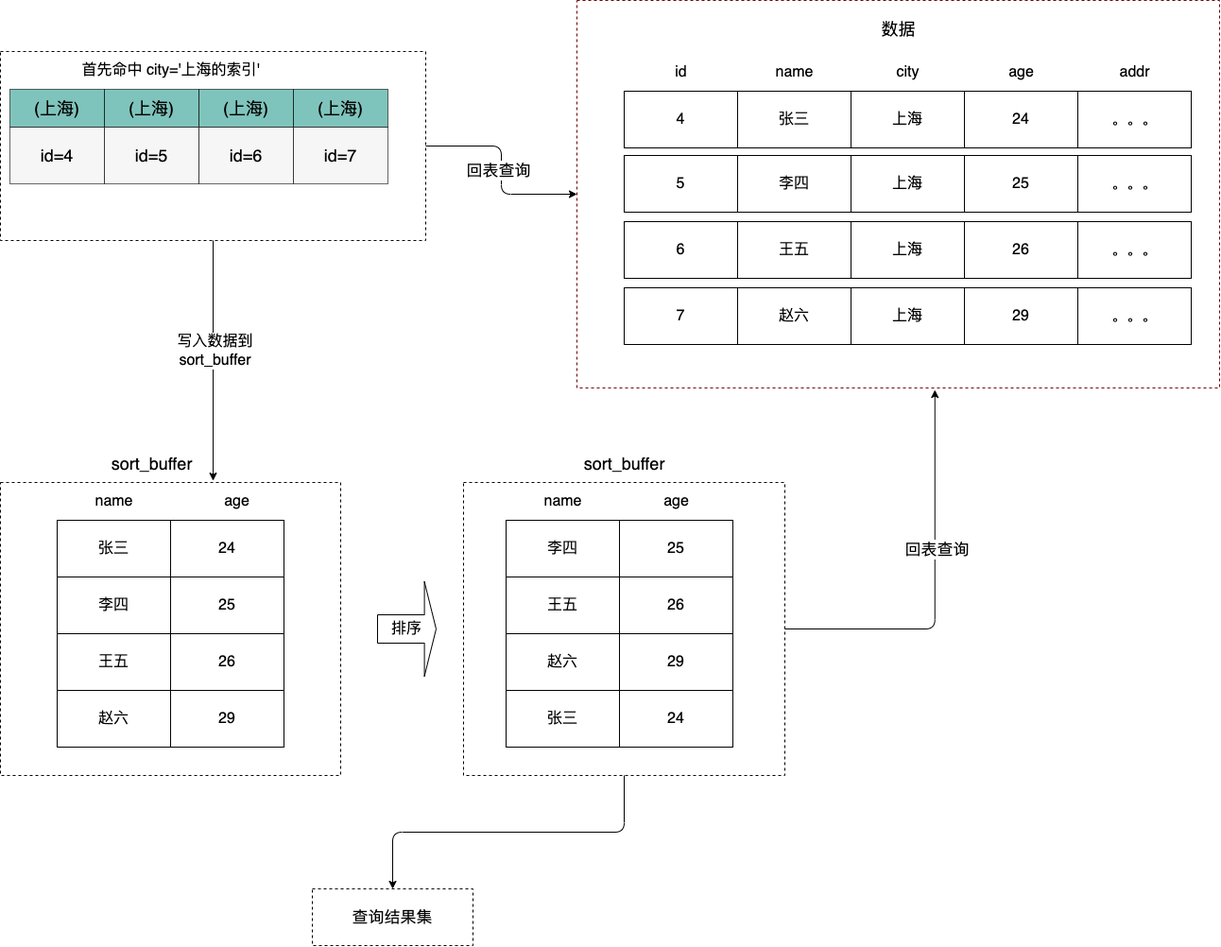
This is img/mysql/mysql-order-by-rowid.png from boilingfrog/Go-POINT, a draw.io export, as it was before one commit. Source tidied: cells renumbered, new cells last; positions are measured from the earlier drawing's top-left corner, leaving out a move shared by most shapes. Source of this version:
```xml
<mxGraphModel>
  <root>
    <mxCell id="0" />
    <mxCell id="1" parent="0" />
    <mxCell id="2" style="rounded=0;whiteSpace=wrap;html=1;fillColor=none;dashed=1;strokeColor=#6F0000;" parent="1" vertex="1">
      <mxGeometry x="610" width="680" height="410" as="geometry" />
    </mxCell>
    <mxCell id="3" style="edgeStyle=orthogonalEdgeStyle;html=1;entryX=0;entryY=0.5;entryDx=0;entryDy=0;" parent="1" edge="1" source="5" target="2">
      <mxGeometry relative="1" as="geometry" />
    </mxCell>
    <mxCell id="4" value="&lt;font style=&quot;font-size: 17px&quot;&gt;回表查询&lt;/font&gt;" style="edgeLabel;html=1;align=center;verticalAlign=middle;" parent="3" vertex="1">
      <mxGeometry y="-4" relative="1" as="geometry" />
    </mxCell>
    <mxCell id="5" style="rounded=0;whiteSpace=wrap;html=1;fillColor=none;dashed=1;" parent="1" vertex="1">
      <mxGeometry y="54" width="450" height="200" as="geometry" />
    </mxCell>
    <mxCell id="6" style="edgeStyle=orthogonalEdgeStyle;html=1;entryX=0.557;entryY=1.005;entryDx=0;entryDy=0;entryPerimeter=0;fontSize=17;" parent="1" edge="1" source="9" target="2">
      <mxGeometry relative="1" as="geometry">
        <Array as="points">
          <mxPoint x="989" y="665" />
        </Array>
      </mxGeometry>
    </mxCell>
    <mxCell id="7" value="回表查询" style="edgeLabel;html=1;align=center;verticalAlign=middle;fontSize=17;" parent="6" vertex="1">
      <mxGeometry x="-0.31" y="2" relative="1" as="geometry">
        <mxPoint x="18" y="-83" as="offset" />
      </mxGeometry>
    </mxCell>
    <mxCell id="8" style="edgeStyle=orthogonalEdgeStyle;html=1;fontSize=17;entryX=0.5;entryY=0;entryDx=0;entryDy=0;" parent="1" edge="1" source="9" target="71">
      <mxGeometry relative="1" as="geometry" />
    </mxCell>
    <mxCell id="9" style="rounded=0;whiteSpace=wrap;html=1;fillColor=none;dashed=1;" parent="1" vertex="1">
      <mxGeometry x="490" y="510" width="340" height="310" as="geometry" />
    </mxCell>
    <mxCell id="10" style="rounded=0;whiteSpace=wrap;html=1;fillColor=none;dashed=1;" parent="1" vertex="1">
      <mxGeometry y="510" width="360" height="310" as="geometry" />
    </mxCell>
    <mxCell id="11" value="(上海)" style="rounded=0;whiteSpace=wrap;html=1;fontSize=18;fillColor=#2A9D8F;opacity=60;" parent="1" vertex="1">
      <mxGeometry x="10" y="94" width="100" height="40" as="geometry" />
    </mxCell>
    <mxCell id="12" value="(上海)" style="rounded=0;whiteSpace=wrap;html=1;fontSize=18;fillColor=#2A9D8F;opacity=60;" parent="1" vertex="1">
      <mxGeometry x="110" y="94" width="100" height="40" as="geometry" />
    </mxCell>
    <mxCell id="13" value="(上海)" style="rounded=0;whiteSpace=wrap;html=1;fontSize=18;fillColor=#2A9D8F;opacity=60;" parent="1" vertex="1">
      <mxGeometry x="210" y="94" width="100" height="40" as="geometry" />
    </mxCell>
    <mxCell id="14" value="id=4" style="rounded=0;whiteSpace=wrap;html=1;fontSize=18;fillColor=#F0F0F0;opacity=60;" parent="1" vertex="1">
      <mxGeometry x="10" y="134" width="100" height="60" as="geometry" />
    </mxCell>
    <mxCell id="15" value="id=5" style="rounded=0;whiteSpace=wrap;html=1;fontSize=18;fillColor=#F0F0F0;opacity=60;" parent="1" vertex="1">
      <mxGeometry x="110" y="134" width="100" height="60" as="geometry" />
    </mxCell>
    <mxCell id="16" value="id=6" style="rounded=0;whiteSpace=wrap;html=1;fontSize=18;fillColor=#F0F0F0;opacity=60;" parent="1" vertex="1">
      <mxGeometry x="210" y="134" width="100" height="60" as="geometry" />
    </mxCell>
    <mxCell id="17" value="(上海)" style="rounded=0;whiteSpace=wrap;html=1;fontSize=18;fillColor=#2A9D8F;opacity=60;" parent="1" vertex="1">
      <mxGeometry x="310" y="94" width="100" height="40" as="geometry" />
    </mxCell>
    <mxCell id="18" value="id=7" style="rounded=0;whiteSpace=wrap;html=1;fontSize=18;fillColor=#F0F0F0;opacity=60;" parent="1" vertex="1">
      <mxGeometry x="310" y="134" width="100" height="60" as="geometry" />
    </mxCell>
    <mxCell id="19" value="4" style="rounded=0;whiteSpace=wrap;html=1;fontSize=16;fillColor=none;" parent="1" vertex="1">
      <mxGeometry x="660" y="96" width="120" height="60" as="geometry" />
    </mxCell>
    <mxCell id="20" value="张三" style="rounded=0;whiteSpace=wrap;html=1;fontSize=16;fillColor=none;" parent="1" vertex="1">
      <mxGeometry x="780" y="96" width="120" height="60" as="geometry" />
    </mxCell>
    <mxCell id="21" value="5" style="rounded=0;whiteSpace=wrap;html=1;fontSize=16;fillColor=none;" parent="1" vertex="1">
      <mxGeometry x="660" y="164" width="120" height="60" as="geometry" />
    </mxCell>
    <mxCell id="22" value="李四" style="rounded=0;whiteSpace=wrap;html=1;fontSize=16;fillColor=none;" parent="1" vertex="1">
      <mxGeometry x="780" y="164" width="120" height="60" as="geometry" />
    </mxCell>
    <mxCell id="23" value="6" style="rounded=0;whiteSpace=wrap;html=1;fontSize=16;fillColor=none;" parent="1" vertex="1">
      <mxGeometry x="660" y="234" width="120" height="60" as="geometry" />
    </mxCell>
    <mxCell id="24" value="王五" style="rounded=0;whiteSpace=wrap;html=1;fontSize=16;fillColor=none;" parent="1" vertex="1">
      <mxGeometry x="780" y="234" width="120" height="60" as="geometry" />
    </mxCell>
    <mxCell id="25" value="7" style="rounded=0;whiteSpace=wrap;html=1;fontSize=16;fillColor=none;" parent="1" vertex="1">
      <mxGeometry x="660" y="304" width="120" height="60" as="geometry" />
    </mxCell>
    <mxCell id="26" value="赵六" style="rounded=0;whiteSpace=wrap;html=1;fontSize=16;fillColor=none;" parent="1" vertex="1">
      <mxGeometry x="780" y="304" width="120" height="60" as="geometry" />
    </mxCell>
    <mxCell id="27" value="&lt;font style=&quot;font-size: 18px&quot;&gt;数据&lt;/font&gt;" style="text;html=1;align=center;verticalAlign=middle;strokeColor=none;fillColor=none;" parent="1" vertex="1">
      <mxGeometry x="925" y="20" width="50" height="20" as="geometry" />
    </mxCell>
    <mxCell id="28" value="上海" style="rounded=0;whiteSpace=wrap;html=1;fontSize=16;fillColor=none;" parent="1" vertex="1">
      <mxGeometry x="900" y="96" width="120" height="60" as="geometry" />
    </mxCell>
    <mxCell id="29" value="&lt;font style=&quot;font-size: 16px&quot;&gt;id&lt;/font&gt;" style="text;html=1;align=center;verticalAlign=middle;strokeColor=none;fillColor=none;" parent="1" vertex="1">
      <mxGeometry x="705" y="66" width="30" height="20" as="geometry" />
    </mxCell>
    <mxCell id="30" value="&lt;font style=&quot;font-size: 16px&quot;&gt;name&lt;/font&gt;" style="text;html=1;align=center;verticalAlign=middle;strokeColor=none;fillColor=none;" parent="1" vertex="1">
      <mxGeometry x="810" y="66" width="60" height="20" as="geometry" />
    </mxCell>
    <mxCell id="31" value="&lt;font style=&quot;font-size: 16px&quot;&gt;city&lt;/font&gt;" style="text;html=1;align=center;verticalAlign=middle;strokeColor=none;fillColor=none;" parent="1" vertex="1">
      <mxGeometry x="940" y="66" width="40" height="20" as="geometry" />
    </mxCell>
    <mxCell id="32" value="上海" style="rounded=0;whiteSpace=wrap;html=1;fontSize=16;fillColor=none;" parent="1" vertex="1">
      <mxGeometry x="900" y="164" width="120" height="60" as="geometry" />
    </mxCell>
    <mxCell id="33" value="上海" style="rounded=0;whiteSpace=wrap;html=1;fontSize=16;fillColor=none;" parent="1" vertex="1">
      <mxGeometry x="900" y="234" width="120" height="60" as="geometry" />
    </mxCell>
    <mxCell id="34" value="上海" style="rounded=0;whiteSpace=wrap;html=1;fontSize=16;fillColor=none;" parent="1" vertex="1">
      <mxGeometry x="900" y="304" width="120" height="60" as="geometry" />
    </mxCell>
    <mxCell id="35" value="24" style="rounded=0;whiteSpace=wrap;html=1;fontSize=16;fillColor=none;" parent="1" vertex="1">
      <mxGeometry x="1020" y="96" width="120" height="60" as="geometry" />
    </mxCell>
    <mxCell id="36" value="。。。" style="rounded=0;whiteSpace=wrap;html=1;fontSize=16;fillColor=none;" parent="1" vertex="1">
      <mxGeometry x="1140" y="96" width="120" height="60" as="geometry" />
    </mxCell>
    <mxCell id="37" value="&lt;span style=&quot;font-size: 16px&quot;&gt;age&lt;/span&gt;" style="text;html=1;align=center;verticalAlign=middle;strokeColor=none;fillColor=none;" parent="1" vertex="1">
      <mxGeometry x="1060" y="66" width="40" height="20" as="geometry" />
    </mxCell>
    <mxCell id="38" value="&lt;font style=&quot;font-size: 16px&quot;&gt;addr&lt;/font&gt;" style="text;html=1;align=center;verticalAlign=middle;strokeColor=none;fillColor=none;" parent="1" vertex="1">
      <mxGeometry x="1175" y="66" width="50" height="20" as="geometry" />
    </mxCell>
    <mxCell id="39" value="25" style="rounded=0;whiteSpace=wrap;html=1;fontSize=16;fillColor=none;" parent="1" vertex="1">
      <mxGeometry x="1020" y="164" width="120" height="60" as="geometry" />
    </mxCell>
    <mxCell id="40" value="。。。" style="rounded=0;whiteSpace=wrap;html=1;fontSize=16;fillColor=none;" parent="1" vertex="1">
      <mxGeometry x="1140" y="164" width="120" height="60" as="geometry" />
    </mxCell>
    <mxCell id="41" value="26" style="rounded=0;whiteSpace=wrap;html=1;fontSize=16;fillColor=none;" parent="1" vertex="1">
      <mxGeometry x="1020" y="234" width="120" height="60" as="geometry" />
    </mxCell>
    <mxCell id="42" value="。。。" style="rounded=0;whiteSpace=wrap;html=1;fontSize=16;fillColor=none;" parent="1" vertex="1">
      <mxGeometry x="1140" y="234" width="120" height="60" as="geometry" />
    </mxCell>
    <mxCell id="43" value="29" style="rounded=0;whiteSpace=wrap;html=1;fontSize=16;fillColor=none;" parent="1" vertex="1">
      <mxGeometry x="1020" y="304" width="120" height="60" as="geometry" />
    </mxCell>
    <mxCell id="44" value="。。。" style="rounded=0;whiteSpace=wrap;html=1;fontSize=16;fillColor=none;" parent="1" vertex="1">
      <mxGeometry x="1140" y="304" width="120" height="60" as="geometry" />
    </mxCell>
    <mxCell id="45" value="张三" style="rounded=0;whiteSpace=wrap;html=1;fontSize=16;fillColor=none;" parent="1" vertex="1">
      <mxGeometry x="60" y="550" width="120" height="60" as="geometry" />
    </mxCell>
    <mxCell id="46" value="李四" style="rounded=0;whiteSpace=wrap;html=1;fontSize=16;fillColor=none;" parent="1" vertex="1">
      <mxGeometry x="60" y="610" width="120" height="60" as="geometry" />
    </mxCell>
    <mxCell id="47" value="王五" style="rounded=0;whiteSpace=wrap;html=1;fontSize=16;fillColor=none;" parent="1" vertex="1">
      <mxGeometry x="60" y="670" width="120" height="60" as="geometry" />
    </mxCell>
    <mxCell id="48" value="赵六" style="rounded=0;whiteSpace=wrap;html=1;fontSize=16;fillColor=none;" parent="1" vertex="1">
      <mxGeometry x="60" y="730" width="120" height="60" as="geometry" />
    </mxCell>
    <mxCell id="49" value="&lt;span style=&quot;font-size: 18px&quot;&gt;sort_buffer&lt;/span&gt;" style="text;html=1;align=center;verticalAlign=middle;strokeColor=none;fillColor=none;" parent="1" vertex="1">
      <mxGeometry x="110" y="480" width="100" height="20" as="geometry" />
    </mxCell>
    <mxCell id="50" value="&lt;font style=&quot;font-size: 16px&quot;&gt;name&lt;/font&gt;" style="text;html=1;align=center;verticalAlign=middle;strokeColor=none;fillColor=none;" parent="1" vertex="1">
      <mxGeometry x="90" y="520" width="60" height="20" as="geometry" />
    </mxCell>
    <mxCell id="51" value="24" style="rounded=0;whiteSpace=wrap;html=1;fontSize=16;fillColor=none;" parent="1" vertex="1">
      <mxGeometry x="180" y="550" width="120" height="60" as="geometry" />
    </mxCell>
    <mxCell id="52" value="&lt;span style=&quot;font-size: 16px&quot;&gt;age&lt;/span&gt;" style="text;html=1;align=center;verticalAlign=middle;strokeColor=none;fillColor=none;" parent="1" vertex="1">
      <mxGeometry x="230" y="520" width="40" height="20" as="geometry" />
    </mxCell>
    <mxCell id="53" value="25" style="rounded=0;whiteSpace=wrap;html=1;fontSize=16;fillColor=none;" parent="1" vertex="1">
      <mxGeometry x="180" y="610" width="120" height="60" as="geometry" />
    </mxCell>
    <mxCell id="54" value="26" style="rounded=0;whiteSpace=wrap;html=1;fontSize=16;fillColor=none;" parent="1" vertex="1">
      <mxGeometry x="180" y="670" width="120" height="60" as="geometry" />
    </mxCell>
    <mxCell id="55" value="29" style="rounded=0;whiteSpace=wrap;html=1;fontSize=16;fillColor=none;" parent="1" vertex="1">
      <mxGeometry x="180" y="730" width="120" height="60" as="geometry" />
    </mxCell>
    <mxCell id="56" value="排序" style="shape=singleArrow;direction=east;whiteSpace=wrap;html=1;fontSize=16;" parent="1" vertex="1">
      <mxGeometry x="399" y="615" width="62" height="100" as="geometry" />
    </mxCell>
    <mxCell id="57" value="张三" style="rounded=0;whiteSpace=wrap;html=1;fontSize=16;fillColor=none;" parent="1" vertex="1">
      <mxGeometry x="535" y="730" width="120" height="60" as="geometry" />
    </mxCell>
    <mxCell id="58" value="王五" style="rounded=0;whiteSpace=wrap;html=1;fontSize=16;fillColor=none;" parent="1" vertex="1">
      <mxGeometry x="535" y="610" width="120" height="60" as="geometry" />
    </mxCell>
    <mxCell id="59" value="赵六" style="rounded=0;whiteSpace=wrap;html=1;fontSize=16;fillColor=none;" parent="1" vertex="1">
      <mxGeometry x="535" y="670" width="120" height="60" as="geometry" />
    </mxCell>
    <mxCell id="60" value="&lt;span style=&quot;font-size: 18px&quot;&gt;sort_buffer&lt;/span&gt;" style="text;html=1;align=center;verticalAlign=middle;strokeColor=none;fillColor=none;" parent="1" vertex="1">
      <mxGeometry x="610" y="480" width="100" height="20" as="geometry" />
    </mxCell>
    <mxCell id="61" value="&lt;font style=&quot;font-size: 16px&quot;&gt;name&lt;/font&gt;" style="text;html=1;align=center;verticalAlign=middle;strokeColor=none;fillColor=none;" parent="1" vertex="1">
      <mxGeometry x="565" y="520" width="60" height="20" as="geometry" />
    </mxCell>
    <mxCell id="62" value="24" style="rounded=0;whiteSpace=wrap;html=1;fontSize=16;fillColor=none;" parent="1" vertex="1">
      <mxGeometry x="655" y="730" width="120" height="60" as="geometry" />
    </mxCell>
    <mxCell id="63" value="&lt;span style=&quot;font-size: 16px&quot;&gt;age&lt;/span&gt;" style="text;html=1;align=center;verticalAlign=middle;strokeColor=none;fillColor=none;" parent="1" vertex="1">
      <mxGeometry x="695" y="520" width="40" height="20" as="geometry" />
    </mxCell>
    <mxCell id="64" value="26" style="rounded=0;whiteSpace=wrap;html=1;fontSize=16;fillColor=none;" parent="1" vertex="1">
      <mxGeometry x="655" y="610" width="120" height="60" as="geometry" />
    </mxCell>
    <mxCell id="65" value="29" style="rounded=0;whiteSpace=wrap;html=1;fontSize=16;fillColor=none;" parent="1" vertex="1">
      <mxGeometry x="655" y="670" width="120" height="60" as="geometry" />
    </mxCell>
    <mxCell id="66" value="李四" style="rounded=0;whiteSpace=wrap;html=1;fontSize=16;fillColor=none;" parent="1" vertex="1">
      <mxGeometry x="535" y="550" width="120" height="60" as="geometry" />
    </mxCell>
    <mxCell id="67" value="25" style="rounded=0;whiteSpace=wrap;html=1;fontSize=16;fillColor=none;" parent="1" vertex="1">
      <mxGeometry x="655" y="550" width="120" height="60" as="geometry" />
    </mxCell>
    <mxCell id="68" value="首先命中 city='上海的索引'" style="text;html=1;align=center;verticalAlign=middle;strokeColor=none;fillColor=none;fontSize=16;" parent="1" vertex="1">
      <mxGeometry x="80" y="64" width="200" height="20" as="geometry" />
    </mxCell>
    <mxCell id="69" style="edgeStyle=orthogonalEdgeStyle;html=1;fontSize=16;entryX=0.625;entryY=-0.006;entryDx=0;entryDy=0;entryPerimeter=0;" parent="1" edge="1" source="5" target="10">
      <mxGeometry relative="1" as="geometry" />
    </mxCell>
    <mxCell id="70" value="写入数据到&lt;br&gt;sort_buffer" style="edgeLabel;html=1;align=center;verticalAlign=middle;fontSize=16;" parent="69" vertex="1">
      <mxGeometry x="-0.08" y="1" relative="1" as="geometry" />
    </mxCell>
    <mxCell id="71" value="&lt;font style=&quot;font-size: 17px&quot;&gt;查询结果集&lt;/font&gt;" style="rounded=0;whiteSpace=wrap;html=1;fillColor=none;dashed=1;" parent="1" vertex="1">
      <mxGeometry x="330" y="940" width="170" height="60" as="geometry" />
    </mxCell>
  </root>
</mxGraphModel>
```
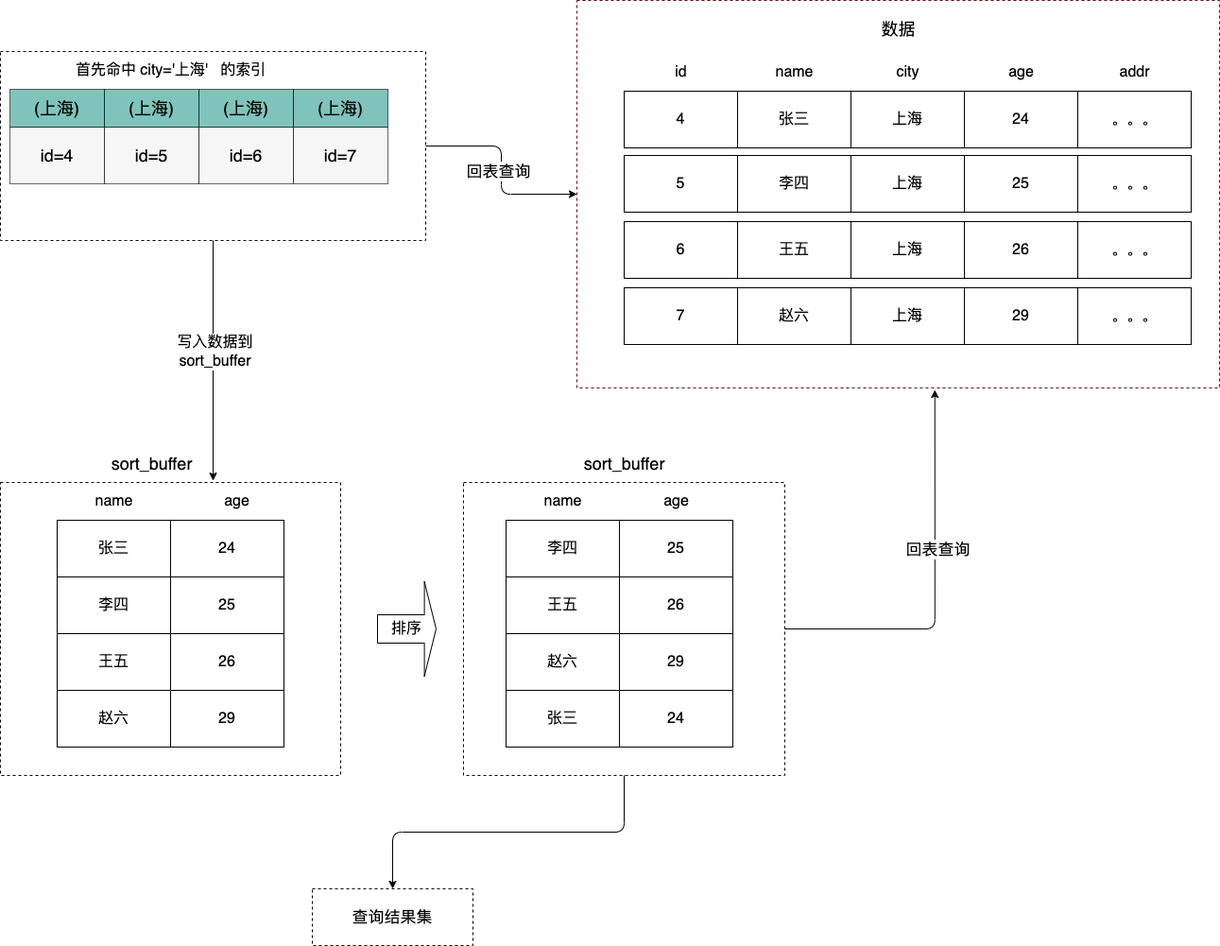
Later version of the same file.

Commit message:
feat:MySQL 中的索引

Change to the diagram source:
```diff
@@ -206,8 +206,8 @@
     <mxCell id="67" value="25" style="rounded=0;whiteSpace=wrap;html=1;fontSize=16;fillColor=none;" parent="1" vertex="1">
       <mxGeometry x="655" y="550" width="120" height="60" as="geometry" />
     </mxCell>
-    <mxCell id="68" value="首先命中 city='上海的索引'" style="text;html=1;align=center;verticalAlign=middle;strokeColor=none;fillColor=none;fontSize=16;" parent="1" vertex="1">
-      <mxGeometry x="80" y="64" width="200" height="20" as="geometry" />
+    <mxCell id="68" value="首先命中 city='上海'&amp;nbsp; &amp;nbsp;的索引" style="text;html=1;align=center;verticalAlign=middle;strokeColor=none;fillColor=none;fontSize=16;" parent="1" vertex="1">
+      <mxGeometry x="70" y="64" width="220" height="20" as="geometry" />
     </mxCell>
     <mxCell id="69" style="edgeStyle=orthogonalEdgeStyle;html=1;fontSize=16;entryX=0.625;entryY=-0.006;entryDx=0;entryDy=0;entryPerimeter=0;" parent="1" edge="1" source="5" target="10">
       <mxGeometry relative="1" as="geometry" />
```
